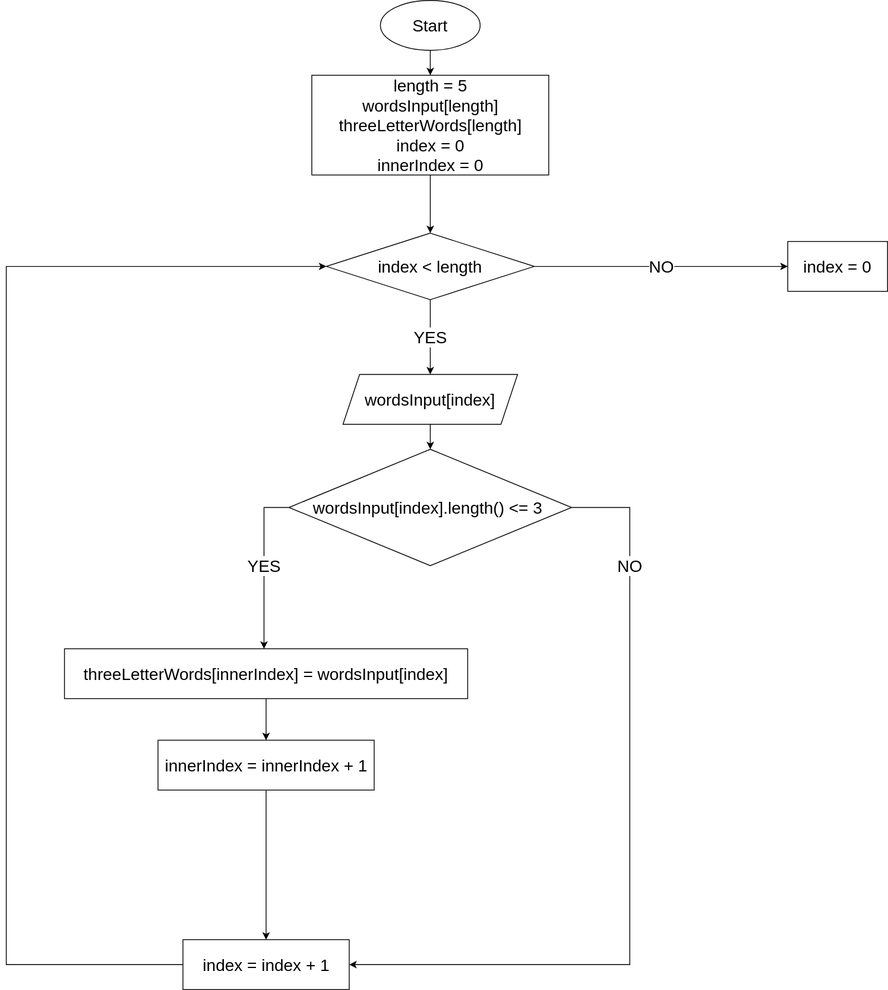
Earlier version of the draw.io export algorithm_diagram.svg (LeeroyLiric/GB_FinalTestwork_FirstQuarter). Source tidied: cells renumbered, new cells last; positions are measured from the earlier drawing's top-left corner, leaving out a move shared by most shapes. The source it was exported from:
```xml
<mxGraphModel>
  <root>
    <mxCell id="0" />
    <mxCell id="1" parent="0" />
    <mxCell id="2" style="edgeStyle=orthogonalEdgeStyle;rounded=0;jettySize=auto;html=1;fontSize=20;" parent="1" edge="1" source="3" target="7">
      <mxGeometry relative="1" as="geometry" />
    </mxCell>
    <mxCell id="3" value="&lt;font style=&quot;font-size: 20px;&quot;&gt;Start&lt;/font&gt;" style="ellipse;whiteSpace=wrap;html=1;" parent="1" vertex="1">
      <mxGeometry x="450" width="120" height="60" as="geometry" />
    </mxCell>
    <mxCell id="4" style="edgeStyle=orthogonalEdgeStyle;rounded=0;jettySize=auto;html=1;fontSize=20;" parent="1" edge="1" source="5" target="16">
      <mxGeometry relative="1" as="geometry" />
    </mxCell>
    <mxCell id="5" value="wordsInput[index]" style="shape=parallelogram;perimeter=parallelogramPerimeter;whiteSpace=wrap;html=1;fixedSize=1;fontSize=20;" parent="1" vertex="1">
      <mxGeometry x="405" y="450" width="210" height="60" as="geometry" />
    </mxCell>
    <mxCell id="6" style="edgeStyle=orthogonalEdgeStyle;rounded=0;jettySize=auto;html=1;fontSize=20;" parent="1" edge="1" source="7" target="10">
      <mxGeometry relative="1" as="geometry" />
    </mxCell>
    <mxCell id="7" value="length = 5&lt;br&gt;wordsInput[length]&lt;br&gt;threeLetterWords[length]&lt;br&gt;index = 0&lt;br&gt;innerIndex = 0" style="rounded=0;whiteSpace=wrap;html=1;fontSize=20;" parent="1" vertex="1">
      <mxGeometry x="367.5" y="90" width="285" height="120" as="geometry" />
    </mxCell>
    <mxCell id="8" value="YES" style="edgeStyle=orthogonalEdgeStyle;rounded=0;jettySize=auto;html=1;fontSize=20;" parent="1" edge="1" source="10" target="5">
      <mxGeometry relative="1" as="geometry" />
    </mxCell>
    <mxCell id="9" value="NO" style="edgeStyle=orthogonalEdgeStyle;rounded=0;jettySize=auto;html=1;fontSize=20;" parent="1" edge="1" source="10" target="13">
      <mxGeometry relative="1" as="geometry">
        <Array as="points">
          <mxPoint x="900" y="320" />
          <mxPoint x="900" y="320" />
        </Array>
      </mxGeometry>
    </mxCell>
    <mxCell id="10" value="index &amp;lt; length" style="rhombus;whiteSpace=wrap;html=1;fontSize=20;" parent="1" vertex="1">
      <mxGeometry x="385" y="280" width="250" height="80" as="geometry" />
    </mxCell>
    <mxCell id="11" style="edgeStyle=orthogonalEdgeStyle;rounded=0;jettySize=auto;html=1;fontSize=20;entryX=0;entryY=0.5;entryDx=0;entryDy=0;" parent="1" edge="1" source="12" target="10">
      <mxGeometry relative="1" as="geometry">
        <Array as="points">
          <mxPoint y="1160" />
          <mxPoint y="320" />
        </Array>
      </mxGeometry>
    </mxCell>
    <mxCell id="12" value="index = index + 1" style="rounded=0;whiteSpace=wrap;html=1;fontSize=20;" parent="1" vertex="1">
      <mxGeometry x="212.5" y="1130" width="200" height="60" as="geometry" />
    </mxCell>
    <mxCell id="13" value="index = 0" style="whiteSpace=wrap;html=1;fontSize=20;" parent="1" vertex="1">
      <mxGeometry x="940" y="290" width="120" height="60" as="geometry" />
    </mxCell>
    <mxCell id="14" value="YES" style="edgeStyle=orthogonalEdgeStyle;rounded=0;jettySize=auto;html=1;fontSize=20;" parent="1" edge="1" source="16" target="18">
      <mxGeometry relative="1" as="geometry">
        <Array as="points">
          <mxPoint x="310" y="610" />
        </Array>
      </mxGeometry>
    </mxCell>
    <mxCell id="15" value="NO" style="edgeStyle=orthogonalEdgeStyle;rounded=0;jettySize=auto;html=1;entryX=1;entryY=0.5;entryDx=0;entryDy=0;fontSize=20;" parent="1" edge="1" source="16" target="12">
      <mxGeometry x="-0.71" relative="1" as="geometry">
        <Array as="points">
          <mxPoint x="750" y="610" />
          <mxPoint x="750" y="1160" />
        </Array>
      </mxGeometry>
    </mxCell>
    <mxCell id="16" value="wordsInput[index].length() &amp;lt;= 3&amp;nbsp;" style="rhombus;whiteSpace=wrap;html=1;fontSize=20;" parent="1" vertex="1">
      <mxGeometry x="340" y="540" width="340" height="140" as="geometry" />
    </mxCell>
    <mxCell id="17" style="edgeStyle=orthogonalEdgeStyle;rounded=0;jettySize=auto;html=1;fontSize=20;" parent="1" edge="1" source="18" target="20">
      <mxGeometry relative="1" as="geometry" />
    </mxCell>
    <mxCell id="18" value="threeLetterWords[innerIndex] = wordsInput[index]" style="rounded=0;whiteSpace=wrap;html=1;fontSize=20;" parent="1" vertex="1">
      <mxGeometry x="70" y="780" width="485" height="60" as="geometry" />
    </mxCell>
    <mxCell id="19" style="edgeStyle=orthogonalEdgeStyle;rounded=0;jettySize=auto;html=1;fontSize=20;" parent="1" edge="1" source="20" target="12">
      <mxGeometry relative="1" as="geometry" />
    </mxCell>
    <mxCell id="20" value="innerIndex = innerIndex + 1" style="whiteSpace=wrap;html=1;fontSize=20;rounded=0;" parent="1" vertex="1">
      <mxGeometry x="182.5" y="890" width="260" height="60" as="geometry" />
    </mxCell>
  </root>
</mxGraphModel>
```
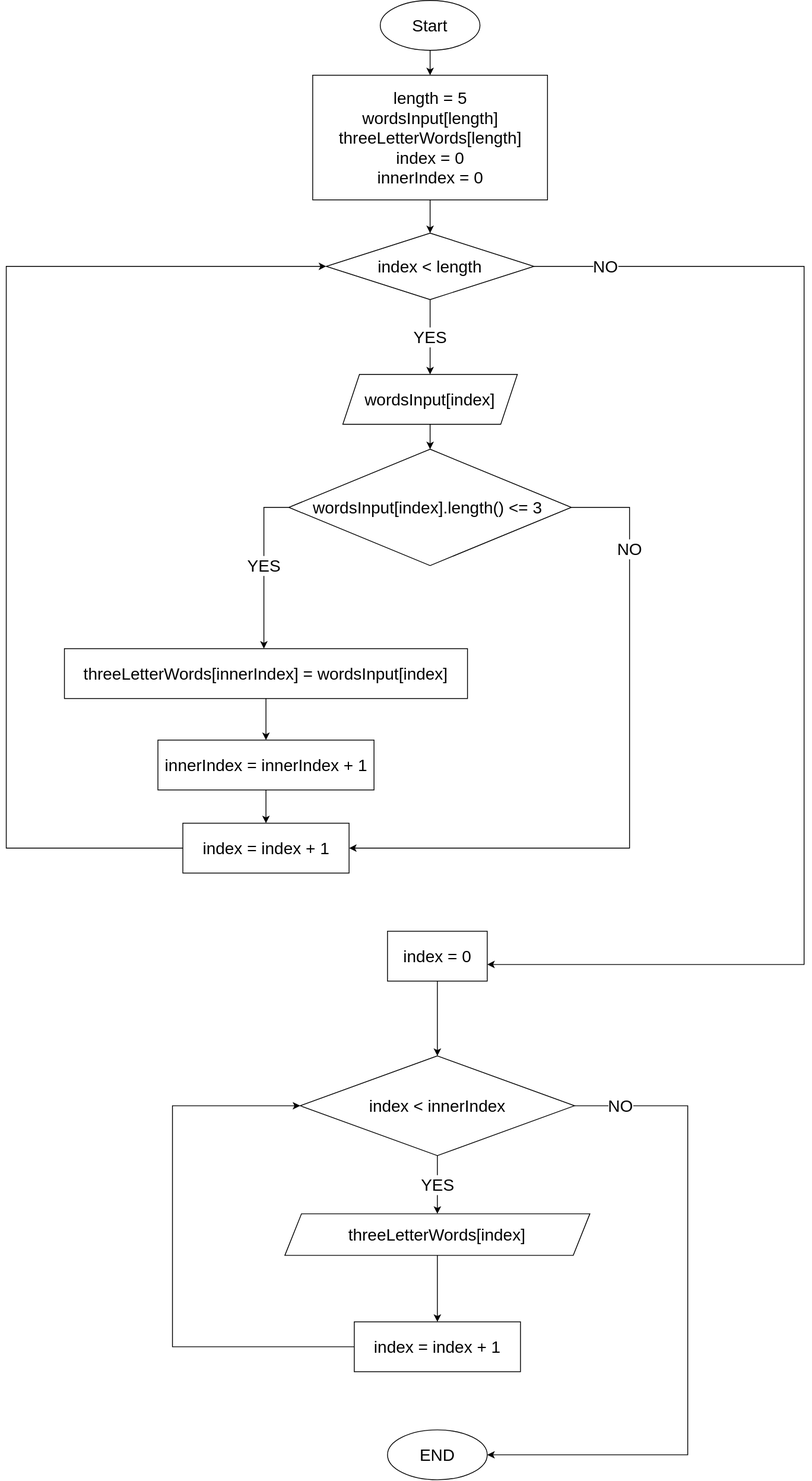
The same file after the commit.

Change to the diagram source:
```diff
@@ -18,17 +18,18 @@
       <mxGeometry relative="1" as="geometry" />
     </mxCell>
     <mxCell id="7" value="length = 5&lt;br&gt;wordsInput[length]&lt;br&gt;threeLetterWords[length]&lt;br&gt;index = 0&lt;br&gt;innerIndex = 0" style="rounded=0;whiteSpace=wrap;html=1;fontSize=20;" parent="1" vertex="1">
-      <mxGeometry x="367.5" y="90" width="285" height="120" as="geometry" />
+      <mxGeometry x="368.8" y="90" width="282.5" height="150" as="geometry" />
     </mxCell>
     <mxCell id="8" value="YES" style="edgeStyle=orthogonalEdgeStyle;rounded=0;jettySize=auto;html=1;fontSize=20;" parent="1" edge="1" source="10" target="5">
       <mxGeometry relative="1" as="geometry" />
     </mxCell>
     <mxCell id="9" value="NO" style="edgeStyle=orthogonalEdgeStyle;rounded=0;jettySize=auto;html=1;fontSize=20;" parent="1" edge="1" source="10" target="13">
-      <mxGeometry relative="1" as="geometry">
+      <mxGeometry x="-0.89" relative="1" as="geometry">
         <Array as="points">
-          <mxPoint x="900" y="320" />
-          <mxPoint x="900" y="320" />
+          <mxPoint x="960" y="320" />
+          <mxPoint x="960" y="1160" />
         </Array>
+        <mxPoint x="1" as="offset" />
       </mxGeometry>
     </mxCell>
     <mxCell id="10" value="index &amp;lt; length" style="rhombus;whiteSpace=wrap;html=1;fontSize=20;" parent="1" vertex="1">
@@ -37,16 +38,19 @@
     <mxCell id="11" style="edgeStyle=orthogonalEdgeStyle;rounded=0;jettySize=auto;html=1;fontSize=20;entryX=0;entryY=0.5;entryDx=0;entryDy=0;" parent="1" edge="1" source="12" target="10">
       <mxGeometry relative="1" as="geometry">
         <Array as="points">
-          <mxPoint y="1160" />
+          <mxPoint y="1020" />
           <mxPoint y="320" />
         </Array>
       </mxGeometry>
     </mxCell>
     <mxCell id="12" value="index = index + 1" style="rounded=0;whiteSpace=wrap;html=1;fontSize=20;" parent="1" vertex="1">
-      <mxGeometry x="212.5" y="1130" width="200" height="60" as="geometry" />
+      <mxGeometry x="212.5" y="990" width="200" height="60" as="geometry" />
     </mxCell>
+    <mxCell id="21" style="edgeStyle=orthogonalEdgeStyle;rounded=0;jettySize=auto;html=1;fontSize=20;" parent="1" edge="1" source="13" target="24">
+      <mxGeometry relative="1" as="geometry" />
+    </mxCell>
     <mxCell id="13" value="index = 0" style="whiteSpace=wrap;html=1;fontSize=20;" parent="1" vertex="1">
-      <mxGeometry x="940" y="290" width="120" height="60" as="geometry" />
+      <mxGeometry x="458.8" y="1120" width="120" height="60" as="geometry" />
     </mxCell>
     <mxCell id="14" value="YES" style="edgeStyle=orthogonalEdgeStyle;rounded=0;jettySize=auto;html=1;fontSize=20;" parent="1" edge="1" source="16" target="18">
       <mxGeometry relative="1" as="geometry">
@@ -59,7 +63,7 @@
       <mxGeometry x="-0.71" relative="1" as="geometry">
         <Array as="points">
           <mxPoint x="750" y="610" />
-          <mxPoint x="750" y="1160" />
+          <mxPoint x="750" y="1020" />
         </Array>
       </mxGeometry>
     </mxCell>
@@ -78,5 +82,40 @@
     <mxCell id="20" value="innerIndex = innerIndex + 1" style="whiteSpace=wrap;html=1;fontSize=20;rounded=0;" parent="1" vertex="1">
       <mxGeometry x="182.5" y="890" width="260" height="60" as="geometry" />
     </mxCell>
+    <mxCell id="22" value="YES" style="edgeStyle=orthogonalEdgeStyle;rounded=0;jettySize=auto;html=1;fontSize=20;" parent="1" edge="1" source="24" target="26">
+      <mxGeometry relative="1" as="geometry" />
+    </mxCell>
+    <mxCell id="23" value="NO" style="edgeStyle=orthogonalEdgeStyle;rounded=0;jettySize=auto;html=1;fontSize=20;" parent="1" edge="1" source="24" target="27">
+      <mxGeometry x="-0.87" relative="1" as="geometry">
+        <Array as="points">
+          <mxPoint x="820" y="1330" />
+          <mxPoint x="820" y="1750" />
+        </Array>
+        <mxPoint x="1" as="offset" />
+      </mxGeometry>
+    </mxCell>
+    <mxCell id="24" value="index &amp;lt; innerIndex" style="rhombus;whiteSpace=wrap;html=1;fontSize=20;" parent="1" vertex="1">
+      <mxGeometry x="353.8" y="1270" width="330" height="120" as="geometry" />
+    </mxCell>
+    <mxCell id="25" style="edgeStyle=orthogonalEdgeStyle;rounded=0;jettySize=auto;html=1;fontSize=20;" parent="1" edge="1" source="26" target="29">
+      <mxGeometry relative="1" as="geometry" />
+    </mxCell>
+    <mxCell id="26" value="threeLetterWords[index]" style="shape=parallelogram;perimeter=parallelogramPerimeter;whiteSpace=wrap;html=1;fixedSize=1;fontSize=20;" parent="1" vertex="1">
+      <mxGeometry x="335.2" y="1460" width="367" height="50" as="geometry" />
+    </mxCell>
+    <mxCell id="27" value="END" style="ellipse;whiteSpace=wrap;html=1;fontSize=20;" parent="1" vertex="1">
+      <mxGeometry x="458.8" y="1720" width="120" height="60" as="geometry" />
+    </mxCell>
+    <mxCell id="28" style="edgeStyle=orthogonalEdgeStyle;rounded=0;jettySize=auto;html=1;entryX=0;entryY=0.5;entryDx=0;entryDy=0;fontSize=20;" parent="1" edge="1" source="29" target="24">
+      <mxGeometry relative="1" as="geometry">
+        <Array as="points">
+          <mxPoint x="200" y="1620" />
+          <mxPoint x="200" y="1330" />
+        </Array>
+      </mxGeometry>
+    </mxCell>
+    <mxCell id="29" value="index = index + 1" style="rounded=0;whiteSpace=wrap;html=1;fontSize=20;" parent="1" vertex="1">
+      <mxGeometry x="418.8" y="1590" width="200" height="60" as="geometry" />
+    </mxCell>
   </root>
 </mxGraphModel>
```
